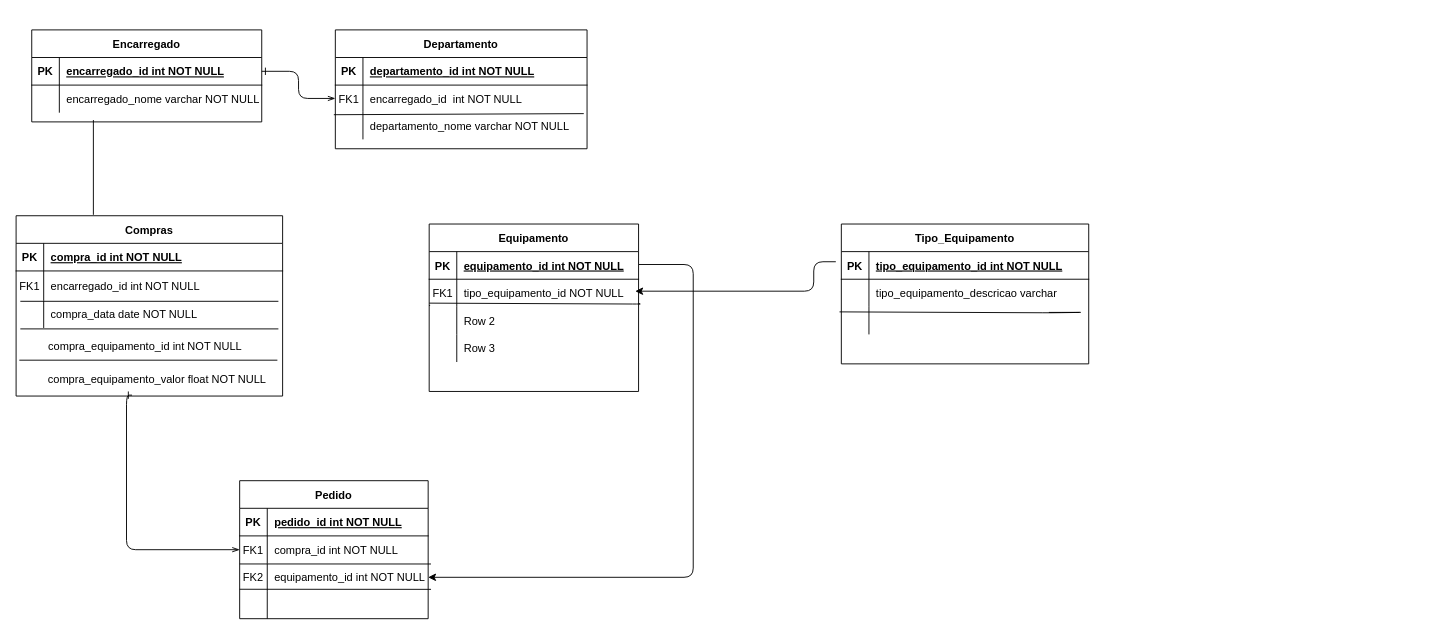
Before: page "Page-1" (1 of 2) of Untitled Diagram.drawio in supersonicbru/VUE-IMC, a draw.io diagram. Source tidied: cells renumbered, new cells numbered last; positions are measured from the earlier drawing's top-left corner, leaving out a move shared by most shapes. Both pictures are drawn from the tidied source at 92%, with x=0, y=0 at pixel (16, 29).
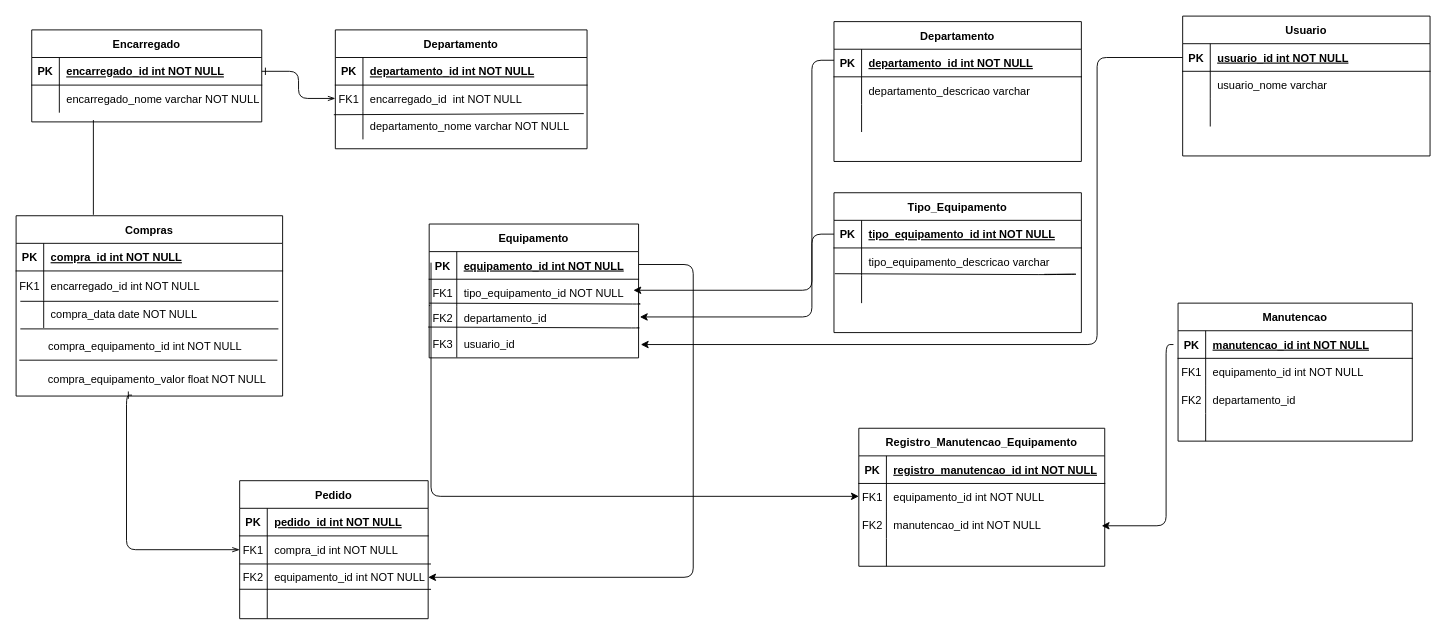
Above is the later version.

The change refers to these unchanged cells:
```xml
<mxCell id="70" style="shape=partialRectangle;fillColor=none;top=0;left=0;bottom=1;right=0;points=[[0,0.5],[1,0.5]];portConstraint=eastwest;" parent="69" vertex="1">
  <mxGeometry y="30" width="268.9" height="30" as="geometry" />
</mxCell>
```

The edit, as a diff of the source:
```diff
@@
     <mxCell id="38" value="Equipamento" style="shape=table;startSize=30;childLayout=tableLayout;rowLines=0;fontStyle=1;align=center;rounded=0;" parent="1" vertex="1">
-      <mxGeometry x="449" y="211" width="227.6" height="182" as="geometry" />
+      <mxGeometry x="449" y="211" width="227.6" height="145.5" as="geometry" />
     </mxCell>
@@
     <mxCell id="45" style="shape=partialRectangle;fillColor=none;top=0;left=0;bottom=0;right=0;" parent="38" vertex="1">
-      <mxGeometry y="90" width="227.6" height="30" as="geometry" />
+      <mxGeometry y="90" width="227.6" height="25" as="geometry" />
     </mxCell>
-    <mxCell id="46" style="shape=partialRectangle;fillColor=none;top=0;left=0;bottom=0;right=0;overflow=hidden;" parent="45" vertex="1">
-      <mxGeometry width="30" height="30" as="geometry" />
+    <mxCell id="46" value="FK2" style="shape=partialRectangle;fillColor=none;top=0;left=0;bottom=0;right=0;overflow=hidden;" parent="45" vertex="1">
+      <mxGeometry width="30" height="25" as="geometry" />
     </mxCell>
-    <mxCell id="47" value="Row 2" style="shape=partialRectangle;fillColor=none;top=0;left=0;bottom=0;right=0;align=left;spacingLeft=6;overflow=hidden;" parent="45" vertex="1">
-      <mxGeometry x="30" width="197.6" height="30" as="geometry" />
+    <mxCell id="47" value="departamento_id" style="shape=partialRectangle;fillColor=none;top=0;left=0;bottom=0;right=0;align=left;spacingLeft=6;overflow=hidden;" parent="45" vertex="1">
+      <mxGeometry x="30" width="197.6" height="25" as="geometry" />
     </mxCell>
     <mxCell id="48" style="shape=partialRectangle;fillColor=none;top=0;left=0;bottom=0;right=0;" parent="38" vertex="1">
-      <mxGeometry y="120" width="227.6" height="30" as="geometry" />
+      <mxGeometry y="115" width="227.6" height="30" as="geometry" />
     </mxCell>
-    <mxCell id="49" style="shape=partialRectangle;fillColor=none;top=0;left=0;bottom=0;right=0;overflow=hidden;" parent="48" vertex="1">
+    <mxCell id="49" value="FK3" style="shape=partialRectangle;fillColor=none;top=0;left=0;bottom=0;right=0;overflow=hidden;" parent="48" vertex="1">
       <mxGeometry width="30" height="30" as="geometry" />
     </mxCell>
-    <mxCell id="50" value="Row 3" style="shape=partialRectangle;fillColor=none;top=0;left=0;bottom=0;right=0;align=left;spacingLeft=6;overflow=hidden;" parent="48" vertex="1">
+    <mxCell id="50" value="usuario_id" style="shape=partialRectangle;fillColor=none;top=0;left=0;bottom=0;right=0;align=left;spacingLeft=6;overflow=hidden;" parent="48" vertex="1">
       <mxGeometry x="30" width="197.6" height="30" as="geometry" />
     </mxCell>
@@
     <mxCell id="69" value="Tipo_Equipamento" style="shape=table;startSize=30;childLayout=tableLayout;rowLines=0;fontStyle=1;align=center;rounded=0;" parent="1" vertex="1">
-      <mxGeometry x="897" y="211" width="268.9" height="152" as="geometry" />
+      <mxGeometry x="889" y="177" width="268.9" height="152" as="geometry" />
     </mxCell>
@@
-    <mxCell id="81" style="edgeStyle=elbowEdgeStyle;elbow=horizontal;endArrow=classic;html=1;" parent="1" edge="1">
+    <mxCell id="81" style="edgeStyle=elbowEdgeStyle;elbow=horizontal;endArrow=classic;html=1;exitX=0;exitY=0.5;exitDx=0;exitDy=0;" parent="1" edge="1" source="70">
       <mxGeometry relative="1" as="geometry">
-        <mxPoint x="891" y="252" as="sourcePoint" />
-        <mxPoint x="673" y="284" as="targetPoint" />
+        <mxPoint x="671" y="283" as="targetPoint" />
         <Array as="points">
-          <mxPoint x="867" y="252" />
-          <mxPoint x="823" y="149" />
-          <mxPoint x="1224" y="476" />
-          <mxPoint x="744" y="321" />
+          <mxPoint x="865" y="251" />
+          <mxPoint x="821" y="148" />
+          <mxPoint x="1222" y="475" />
+          <mxPoint x="742" y="320" />
         </Array>
       </mxGeometry>
     </mxCell>
     <mxCell id="82" style="endArrow=none;html=1;" parent="1" edge="1">
       <mxGeometry relative="1" as="geometry">
-        <mxPoint x="895" y="306.5" as="sourcePoint" />
-        <mxPoint x="1122.6" y="307.1" as="targetPoint" />
+        <mxPoint x="889.9" y="265" as="sourcePoint" />
+        <mxPoint x="1117.6" y="265.7" as="targetPoint" />
         <Array as="points">
-          <mxPoint x="1126" y="307.5" />
-          <mxPoint x="1162" y="307" />
+          <mxPoint x="1120.9" y="266" />
+          <mxPoint x="1156.9" y="265.5" />
         </Array>
       </mxGeometry>
     </mxCell>
+    <mxCell id="83" value="Departamento" style="shape=table;startSize=30;childLayout=tableLayout;rowLines=0;fontStyle=1;align=center;rounded=0;" parent="1" vertex="1">
+      <mxGeometry x="889" y="-9" width="268.9" height="152" as="geometry" />
+    </mxCell>
+    <mxCell id="84" style="shape=partialRectangle;fillColor=none;top=0;left=0;bottom=1;right=0;points=[[0,0.5],[1,0.5]];portConstraint=eastwest;" parent="83" vertex="1">
+      <mxGeometry y="30" width="268.9" height="30" as="geometry" />
+    </mxCell>
+    <mxCell id="85" value="PK" style="shape=partialRectangle;fillColor=none;top=0;left=0;bottom=0;right=0;fontStyle=1;overflow=hidden;" parent="84" vertex="1">
+      <mxGeometry width="30" height="30" as="geometry" />
+    </mxCell>
+    <mxCell id="86" value="departamento_id int NOT NULL" style="shape=partialRectangle;fillColor=none;top=0;left=0;bottom=0;right=0;align=left;spacingLeft=6;fontStyle=5;overflow=hidden;" parent="84" vertex="1">
+      <mxGeometry x="30" width="238.9" height="30" as="geometry" />
+    </mxCell>
+    <mxCell id="87" style="shape=partialRectangle;fillColor=none;top=0;left=0;bottom=0;right=0;" parent="83" vertex="1">
+      <mxGeometry y="60" width="268.9" height="30" as="geometry" />
+    </mxCell>
+    <mxCell id="88" style="shape=partialRectangle;fillColor=none;top=0;left=0;bottom=0;right=0;overflow=hidden;" parent="87" vertex="1">
+      <mxGeometry width="30" height="30" as="geometry" />
+    </mxCell>
+    <mxCell id="89" value="departamento_descricao varchar" style="shape=partialRectangle;fillColor=none;top=0;left=0;bottom=0;right=0;align=left;spacingLeft=6;overflow=hidden;" parent="87" vertex="1">
+      <mxGeometry x="30" width="238.9" height="30" as="geometry" />
+    </mxCell>
+    <mxCell id="90" style="shape=partialRectangle;fillColor=none;top=0;left=0;bottom=0;right=0;" parent="83" vertex="1">
+      <mxGeometry y="90" width="268.9" height="30" as="geometry" />
+    </mxCell>
+    <mxCell id="91" style="shape=partialRectangle;fillColor=none;top=0;left=0;bottom=0;right=0;overflow=hidden;" parent="90" vertex="1">
+      <mxGeometry width="30" height="30" as="geometry" />
+    </mxCell>
+    <mxCell id="92" style="shape=partialRectangle;fillColor=none;top=0;left=0;bottom=0;right=0;align=left;spacingLeft=6;overflow=hidden;" parent="90" vertex="1">
+      <mxGeometry x="30" width="238.9" height="30" as="geometry" />
+    </mxCell>
+    <mxCell id="93" style="edgeStyle=none;rounded=1;orthogonalLoop=1;jettySize=auto;html=1;entryX=1;entryY=0.5;entryDx=0;entryDy=0;" parent="83" edge="1" source="84" target="84">
+      <mxGeometry relative="1" as="geometry" />
+    </mxCell>
+    <mxCell id="94" style="edgeStyle=elbowEdgeStyle;elbow=horizontal;endArrow=classic;html=1;" parent="1" edge="1">
+      <mxGeometry relative="1" as="geometry">
+        <mxPoint x="889" y="33" as="sourcePoint" />
+        <mxPoint x="678" y="312" as="targetPoint" />
+        <Array as="points">
+          <mxPoint x="865" y="33" />
+          <mxPoint x="821" y="-70" />
+          <mxPoint x="1222" y="257" />
+          <mxPoint x="742" y="102" />
+        </Array>
+      </mxGeometry>
+    </mxCell>
+    <mxCell id="95" value="Registro_Manutencao_Equipamento" style="shape=table;startSize=30;childLayout=tableLayout;rowLines=0;fontStyle=1;align=center;rounded=0;" parent="1" vertex="1">
+      <mxGeometry x="916" y="433" width="267.3" height="150" as="geometry" />
+    </mxCell>
+    <mxCell id="96" style="shape=partialRectangle;fillColor=none;top=0;left=0;bottom=1;right=0;" parent="95" vertex="1">
+      <mxGeometry y="30" width="267.3" height="30" as="geometry" />
+    </mxCell>
+    <mxCell id="97" value="PK" style="shape=partialRectangle;fillColor=none;top=0;left=0;bottom=0;right=0;fontStyle=1;overflow=hidden;" parent="96" vertex="1">
+      <mxGeometry width="30" height="30" as="geometry" />
+    </mxCell>
+    <mxCell id="98" value="registro_manutencao_id int NOT NULL" style="shape=partialRectangle;fillColor=none;top=0;left=0;bottom=0;right=0;align=left;spacingLeft=6;fontStyle=5;overflow=hidden;" parent="96" vertex="1">
+      <mxGeometry x="30" width="237.3" height="30" as="geometry" />
+    </mxCell>
+    <mxCell id="99" style="shape=partialRectangle;fillColor=none;top=0;left=0;bottom=0;right=0;" parent="95" vertex="1">
+      <mxGeometry y="60" width="267.3" height="30" as="geometry" />
+    </mxCell>
+    <mxCell id="100" value="FK1" style="shape=partialRectangle;fillColor=none;top=0;left=0;bottom=0;right=0;overflow=hidden;" parent="99" vertex="1">
+      <mxGeometry width="30" height="30" as="geometry" />
+    </mxCell>
+    <mxCell id="101" value="equipamento_id int NOT NULL" style="shape=partialRectangle;fillColor=none;top=0;left=0;bottom=0;right=0;align=left;spacingLeft=6;overflow=hidden;" parent="99" vertex="1">
+      <mxGeometry x="30" width="237.3" height="30" as="geometry" />
+    </mxCell>
+    <mxCell id="102" style="shape=partialRectangle;fillColor=none;top=0;left=0;bottom=0;right=0;" parent="95" vertex="1">
+      <mxGeometry y="90" width="267.3" height="30" as="geometry" />
+    </mxCell>
+    <mxCell id="103" value="FK2" style="shape=partialRectangle;fillColor=none;top=0;left=0;bottom=0;right=0;overflow=hidden;" parent="102" vertex="1">
+      <mxGeometry width="30" height="30" as="geometry" />
+    </mxCell>
+    <mxCell id="104" value="manutencao_id int NOT NULL" style="shape=partialRectangle;fillColor=none;top=0;left=0;bottom=0;right=0;align=left;spacingLeft=6;overflow=hidden;" parent="102" vertex="1">
+      <mxGeometry x="30" width="237.3" height="30" as="geometry" />
+    </mxCell>
+    <mxCell id="105" style="shape=partialRectangle;fillColor=none;top=0;left=0;bottom=0;right=0;" parent="95" vertex="1">
+      <mxGeometry y="120" width="267.3" height="30" as="geometry" />
+    </mxCell>
+    <mxCell id="106" style="shape=partialRectangle;fillColor=none;top=0;left=0;bottom=0;right=0;overflow=hidden;" parent="105" vertex="1">
+      <mxGeometry width="30" height="30" as="geometry" />
+    </mxCell>
+    <mxCell id="107" style="shape=partialRectangle;fillColor=none;top=0;left=0;bottom=0;right=0;align=left;spacingLeft=6;overflow=hidden;" parent="105" vertex="1">
+      <mxGeometry x="30" width="237.3" height="30" as="geometry" />
+    </mxCell>
+    <mxCell id="108" value="Manutencao" style="shape=table;startSize=30;childLayout=tableLayout;rowLines=0;fontStyle=1;align=center;rounded=0;" parent="1" vertex="1">
+      <mxGeometry x="1263" y="297" width="254.6" height="150" as="geometry" />
+    </mxCell>
+    <mxCell id="109" style="shape=partialRectangle;fillColor=none;top=0;left=0;bottom=1;right=0;" parent="108" vertex="1">
+      <mxGeometry y="30" width="254.6" height="30" as="geometry" />
+    </mxCell>
+    <mxCell id="110" value="PK" style="shape=partialRectangle;fillColor=none;top=0;left=0;bottom=0;right=0;fontStyle=1;overflow=hidden;" parent="109" vertex="1">
+      <mxGeometry width="30" height="30" as="geometry" />
+    </mxCell>
+    <mxCell id="111" value="manutencao_id int NOT NULL" style="shape=partialRectangle;fillColor=none;top=0;left=0;bottom=0;right=0;align=left;spacingLeft=6;fontStyle=5;overflow=hidden;" parent="109" vertex="1">
+      <mxGeometry x="30" width="224.6" height="30" as="geometry" />
+    </mxCell>
+    <mxCell id="112" style="shape=partialRectangle;fillColor=none;top=0;left=0;bottom=0;right=0;" parent="108" vertex="1">
+      <mxGeometry y="60" width="254.6" height="30" as="geometry" />
+    </mxCell>
+    <mxCell id="113" value="FK1" style="shape=partialRectangle;fillColor=none;top=0;left=0;bottom=0;right=0;overflow=hidden;" parent="112" vertex="1">
+      <mxGeometry width="30" height="30" as="geometry" />
+    </mxCell>
+    <mxCell id="114" value="equipamento_id int NOT NULL" style="shape=partialRectangle;fillColor=none;top=0;left=0;bottom=0;right=0;align=left;spacingLeft=6;overflow=hidden;" parent="112" vertex="1">
+      <mxGeometry x="30" width="224.6" height="30" as="geometry" />
+    </mxCell>
+    <mxCell id="115" style="shape=partialRectangle;fillColor=none;top=0;left=0;bottom=0;right=0;" parent="108" vertex="1">
+      <mxGeometry y="90" width="254.6" height="30" as="geometry" />
+    </mxCell>
+    <mxCell id="116" value="FK2" style="shape=partialRectangle;fillColor=none;top=0;left=0;bottom=0;right=0;overflow=hidden;" parent="115" vertex="1">
+      <mxGeometry width="30" height="30" as="geometry" />
+    </mxCell>
+    <mxCell id="117" value="departamento_id" style="shape=partialRectangle;fillColor=none;top=0;left=0;bottom=0;right=0;align=left;spacingLeft=6;overflow=hidden;" parent="115" vertex="1">
+      <mxGeometry x="30" width="224.6" height="30" as="geometry" />
+    </mxCell>
+    <mxCell id="118" style="shape=partialRectangle;fillColor=none;top=0;left=0;bottom=0;right=0;" parent="108" vertex="1">
+      <mxGeometry y="120" width="254.6" height="30" as="geometry" />
+    </mxCell>
+    <mxCell id="119" style="shape=partialRectangle;fillColor=none;top=0;left=0;bottom=0;right=0;overflow=hidden;" parent="118" vertex="1">
+      <mxGeometry width="30" height="30" as="geometry" />
+    </mxCell>
+    <mxCell id="120" style="shape=partialRectangle;fillColor=none;top=0;left=0;bottom=0;right=0;align=left;spacingLeft=6;overflow=hidden;" parent="118" vertex="1">
+      <mxGeometry x="30" width="224.6" height="30" as="geometry" />
+    </mxCell>
+    <mxCell id="121" style="edgeStyle=elbowEdgeStyle;elbow=horizontal;endArrow=classic;html=1;" parent="1" edge="1">
+      <mxGeometry relative="1" as="geometry">
+        <mxPoint x="1258" y="342" as="sourcePoint" />
+        <mxPoint x="1180" y="539" as="targetPoint" />
+        <Array as="points">
+          <mxPoint x="1250" y="407" />
+          <mxPoint x="1323" y="157" />
+          <mxPoint x="1724" y="484" />
+          <mxPoint x="1244" y="329" />
+        </Array>
+      </mxGeometry>
+    </mxCell>
+    <mxCell id="122" style="edgeStyle=elbowEdgeStyle;elbow=horizontal;endArrow=classic;html=1;" parent="1" edge="1">
+      <mxGeometry relative="1" as="geometry">
+        <mxPoint x="451" y="253" as="sourcePoint" />
+        <mxPoint x="916" y="507" as="targetPoint" />
+        <Array as="points">
+          <mxPoint x="451" y="378" />
+          <mxPoint x="475" y="13" />
+          <mxPoint x="876" y="340" />
+          <mxPoint x="396" y="185" />
+        </Array>
+      </mxGeometry>
+    </mxCell>
+    <mxCell id="123" value="Usuario" style="shape=table;startSize=30;childLayout=tableLayout;rowLines=0;fontStyle=1;align=center;rounded=0;" parent="1" vertex="1">
+      <mxGeometry x="1268" y="-15" width="268.9" height="152" as="geometry" />
+    </mxCell>
+    <mxCell id="124" style="shape=partialRectangle;fillColor=none;top=0;left=0;bottom=1;right=0;points=[[0,0.5],[1,0.5]];portConstraint=eastwest;" parent="123" vertex="1">
+      <mxGeometry y="30" width="268.9" height="30" as="geometry" />
+    </mxCell>
+    <mxCell id="125" value="PK" style="shape=partialRectangle;fillColor=none;top=0;left=0;bottom=0;right=0;fontStyle=1;overflow=hidden;" parent="124" vertex="1">
+      <mxGeometry width="30" height="30" as="geometry" />
+    </mxCell>
+    <mxCell id="126" value="usuario_id int NOT NULL" style="shape=partialRectangle;fillColor=none;top=0;left=0;bottom=0;right=0;align=left;spacingLeft=6;fontStyle=5;overflow=hidden;" parent="124" vertex="1">
+      <mxGeometry x="30" width="238.9" height="30" as="geometry" />
+    </mxCell>
+    <mxCell id="127" style="shape=partialRectangle;fillColor=none;top=0;left=0;bottom=0;right=0;" parent="123" vertex="1">
+      <mxGeometry y="60" width="268.9" height="30" as="geometry" />
+    </mxCell>
+    <mxCell id="128" style="shape=partialRectangle;fillColor=none;top=0;left=0;bottom=0;right=0;overflow=hidden;" parent="127" vertex="1">
+      <mxGeometry width="30" height="30" as="geometry" />
+    </mxCell>
+    <mxCell id="129" value="usuario_nome varchar" style="shape=partialRectangle;fillColor=none;top=0;left=0;bottom=0;right=0;align=left;spacingLeft=6;overflow=hidden;" parent="127" vertex="1">
+      <mxGeometry x="30" width="238.9" height="30" as="geometry" />
+    </mxCell>
+    <mxCell id="130" style="shape=partialRectangle;fillColor=none;top=0;left=0;bottom=0;right=0;" parent="123" vertex="1">
+      <mxGeometry y="90" width="268.9" height="30" as="geometry" />
+    </mxCell>
+    <mxCell id="131" style="shape=partialRectangle;fillColor=none;top=0;left=0;bottom=0;right=0;overflow=hidden;" parent="130" vertex="1">
+      <mxGeometry width="30" height="30" as="geometry" />
+    </mxCell>
+    <mxCell id="132" style="shape=partialRectangle;fillColor=none;top=0;left=0;bottom=0;right=0;align=left;spacingLeft=6;overflow=hidden;" parent="130" vertex="1">
+      <mxGeometry x="30" width="238.9" height="30" as="geometry" />
+    </mxCell>
+    <mxCell id="133" style="edgeStyle=none;rounded=1;orthogonalLoop=1;jettySize=auto;html=1;entryX=1;entryY=0.5;entryDx=0;entryDy=0;" parent="123" edge="1" source="124" target="124">
+      <mxGeometry relative="1" as="geometry" />
+    </mxCell>
+    <mxCell id="134" style="endArrow=none;html=1;" parent="1" edge="1">
+      <mxGeometry relative="1" as="geometry">
+        <mxPoint x="447.9" y="323" as="sourcePoint" />
+        <mxPoint x="675.6" y="323.7" as="targetPoint" />
+        <Array as="points">
+          <mxPoint x="678.9" y="324" />
+        </Array>
+      </mxGeometry>
+    </mxCell>
+    <mxCell id="135" style="edgeStyle=elbowEdgeStyle;elbow=horizontal;endArrow=classic;html=1;exitX=0;exitY=0.5;exitDx=0;exitDy=0;" parent="1" edge="1" source="124">
+      <mxGeometry relative="1" as="geometry">
+        <mxPoint x="679" y="342" as="targetPoint" />
+        <Array as="points">
+          <mxPoint x="1175" y="-41" />
+          <mxPoint x="1120" y="-492" />
+          <mxPoint x="1521" y="-165" />
+          <mxPoint x="1041" y="-320" />
+        </Array>
+      </mxGeometry>
+    </mxCell>
```
